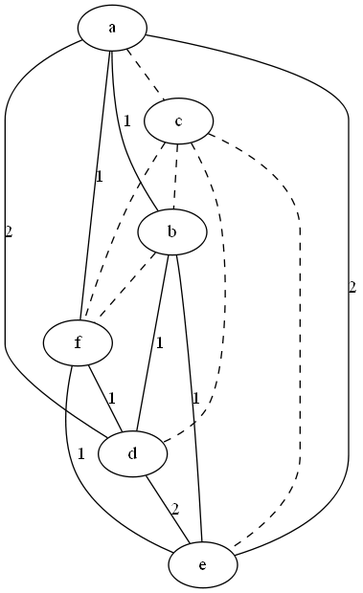
lrodrin/TFG keeps this Graphviz diagram as src/final/plainGraph.png. Above is the earlier version. Its source is kept beside it as src/final/plainGraph.dot. The source it was exported from:
```dot
strict graph "" {
a;
c;
b;
f;
d;
e;
a -- c  [color=black, style=dashed];
a -- b  [color=black, label=1, style=solid];
a -- f  [color=black, label=1, style=solid];
a -- d  [color=black, label=2, style=solid];
a -- e  [color=black, label=2, style=solid];
c -- b  [color=black, style=dashed];
c -- f  [color=black, style=dashed];
c -- d  [color=black, style=dashed];
c -- e  [color=black, style=dashed];
b -- f  [color=black, style=dashed];
b -- d  [color=black, label=1, style=solid];
b -- e  [color=black, label=1, style=solid];
f -- d  [color=black, label=1, style=solid];
f -- e  [color=black, label=1, style=solid];
d -- e  [color=black, label=2, style=solid];
}
```
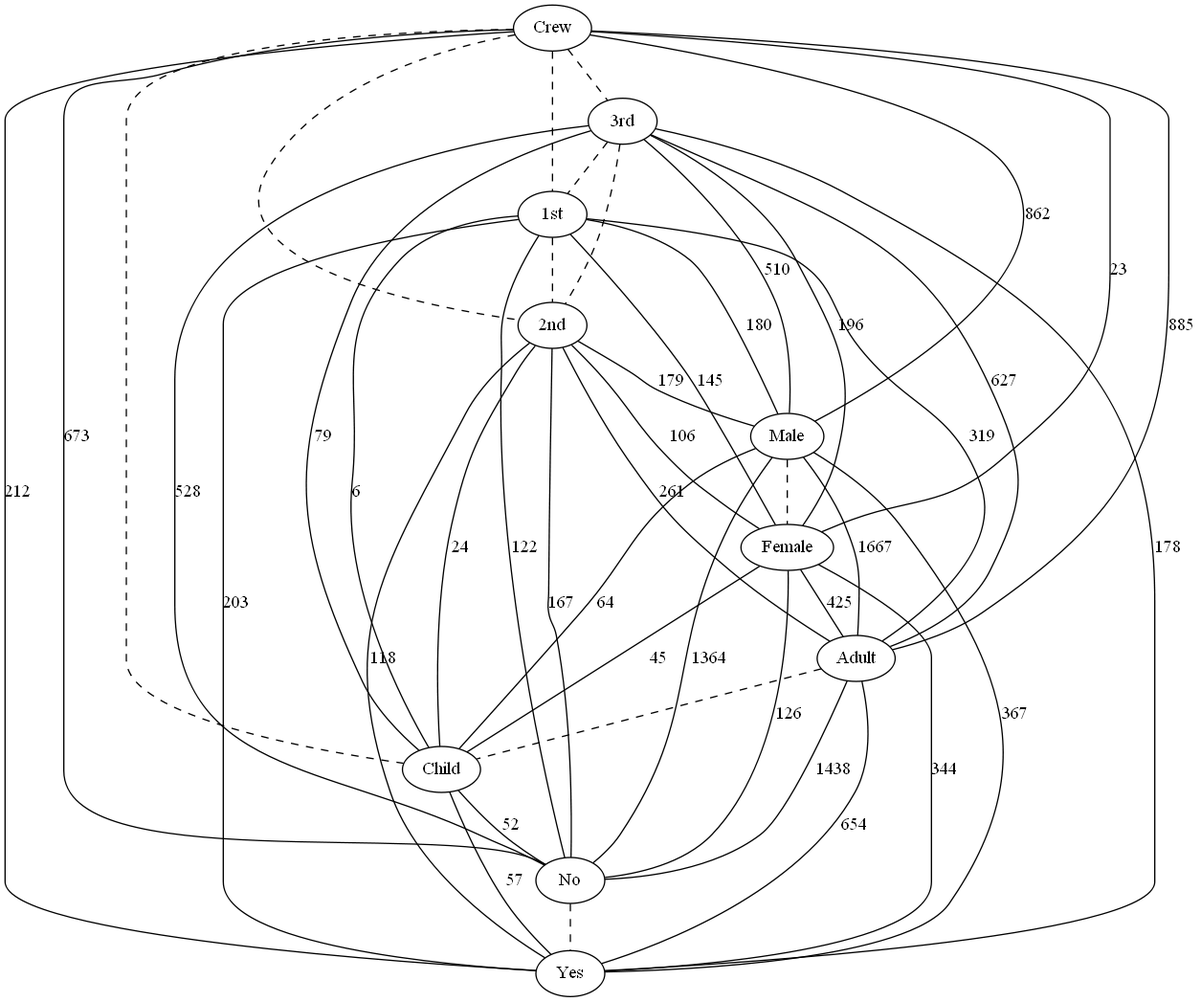
The same diagram one commit later.

Diff of the diagram source:
```diff
@@ -1,23 +1,57 @@
 strict graph "" {
-a;
-c;
-b;
-f;
-d;
-e;
-a -- c  [color=black, style=dashed];
-a -- b  [color=black, label=1, style=solid];
-a -- f  [color=black, label=1, style=solid];
-a -- d  [color=black, label=2, style=solid];
-a -- e  [color=black, label=2, style=solid];
-c -- b  [color=black, style=dashed];
-c -- f  [color=black, style=dashed];
-c -- d  [color=black, style=dashed];
-c -- e  [color=black, style=dashed];
-b -- f  [color=black, style=dashed];
-b -- d  [color=black, label=1, style=solid];
-b -- e  [color=black, label=1, style=solid];
-f -- d  [color=black, label=1, style=solid];
-f -- e  [color=black, label=1, style=solid];
-d -- e  [color=black, label=2, style=solid];
+Crew;
+"3rd";
+"1st";
+"2nd";
+Male;
+Female;
+Adult;
+Child;
+No;
+Yes;
+Crew -- "3rd"  [color=black, style=dashed];
+Crew -- "1st"  [color=black, style=dashed];
+Crew -- "2nd"  [color=black, style=dashed];
+Crew -- Male  [color=black, label=862, style=solid];
+Crew -- Female  [color=black, label=23, style=solid];
+Crew -- Adult  [color=black, label=885, style=solid];
+Crew -- Child  [color=black, style=dashed];
+Crew -- No  [color=black, label=673, style=solid];
+Crew -- Yes  [color=black, label=212, style=solid];
+"3rd" -- "1st"  [color=black, style=dashed];
+"3rd" -- "2nd"  [color=black, style=dashed];
+"3rd" -- Male  [color=black, label=510, style=solid];
+"3rd" -- Female  [color=black, label=196, style=solid];
+"3rd" -- Adult  [color=black, label=627, style=solid];
+"3rd" -- Child  [color=black, label=79, style=solid];
+"3rd" -- No  [color=black, label=528, style=solid];
+"3rd" -- Yes  [color=black, label=178, style=solid];
+"1st" -- "2nd"  [color=black, style=dashed];
+"1st" -- Male  [color=black, label=180, style=solid];
+"1st" -- Female  [color=black, label=145, style=solid];
+"1st" -- Adult  [color=black, label=319, style=solid];
+"1st" -- Child  [color=black, label=6, style=solid];
+"1st" -- No  [color=black, label=122, style=solid];
+"1st" -- Yes  [color=black, label=203, style=solid];
+"2nd" -- Male  [color=black, label=179, style=solid];
+"2nd" -- Female  [color=black, label=106, style=solid];
+"2nd" -- Adult  [color=black, label=261, style=solid];
+"2nd" -- Child  [color=black, label=24, style=solid];
+"2nd" -- No  [color=black, label=167, style=solid];
+"2nd" -- Yes  [color=black, label=118, style=solid];
+Male -- Female  [color=black, style=dashed];
+Male -- Adult  [color=black, label=1667, style=solid];
+Male -- Child  [color=black, label=64, style=solid];
+Male -- No  [color=black, label=1364, style=solid];
+Male -- Yes  [color=black, label=367, style=solid];
+Female -- Adult  [color=black, label=425, style=solid];
+Female -- Child  [color=black, label=45, style=solid];
+Female -- No  [color=black, label=126, style=solid];
+Female -- Yes  [color=black, label=344, style=solid];
+Adult -- Child  [color=black, style=dashed];
+Adult -- No  [color=black, label=1438, style=solid];
+Adult -- Yes  [color=black, label=654, style=solid];
+Child -- No  [color=black, label=52, style=solid];
+Child -- Yes  [color=black, label=57, style=solid];
+No -- Yes  [color=black, style=dashed];
 }
```
